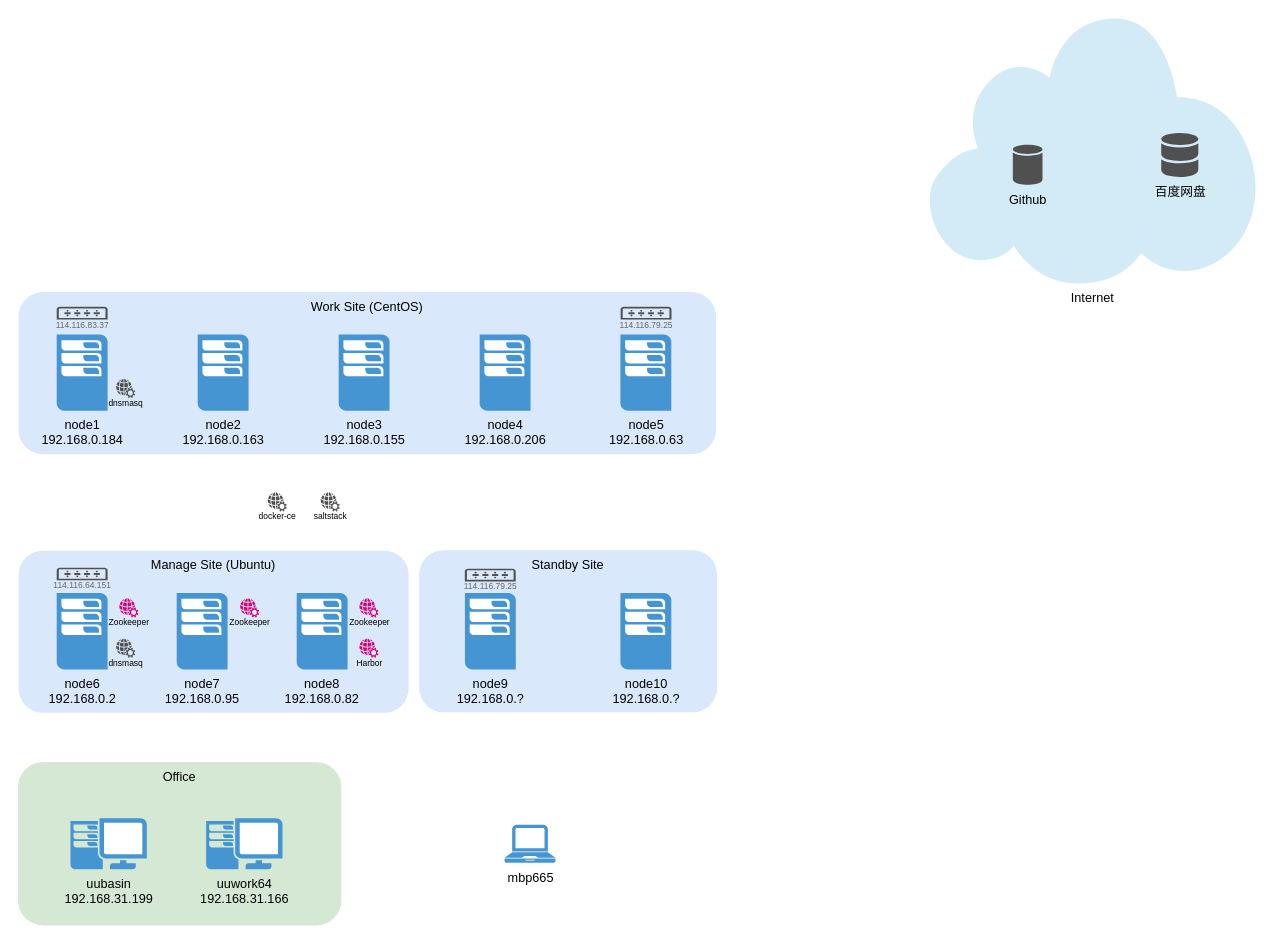
Above: my_development_environment.drawio in idleuncle/draw.io (draw.io), before the change. Source tidied: cells renumbered, new cells numbered last; positions are measured from the earlier drawing's top-left corner, leaving out a move shared by most shapes. Both pictures are drawn from the tidied source at 106%, with x=0, y=0 at pixel (18, 18).
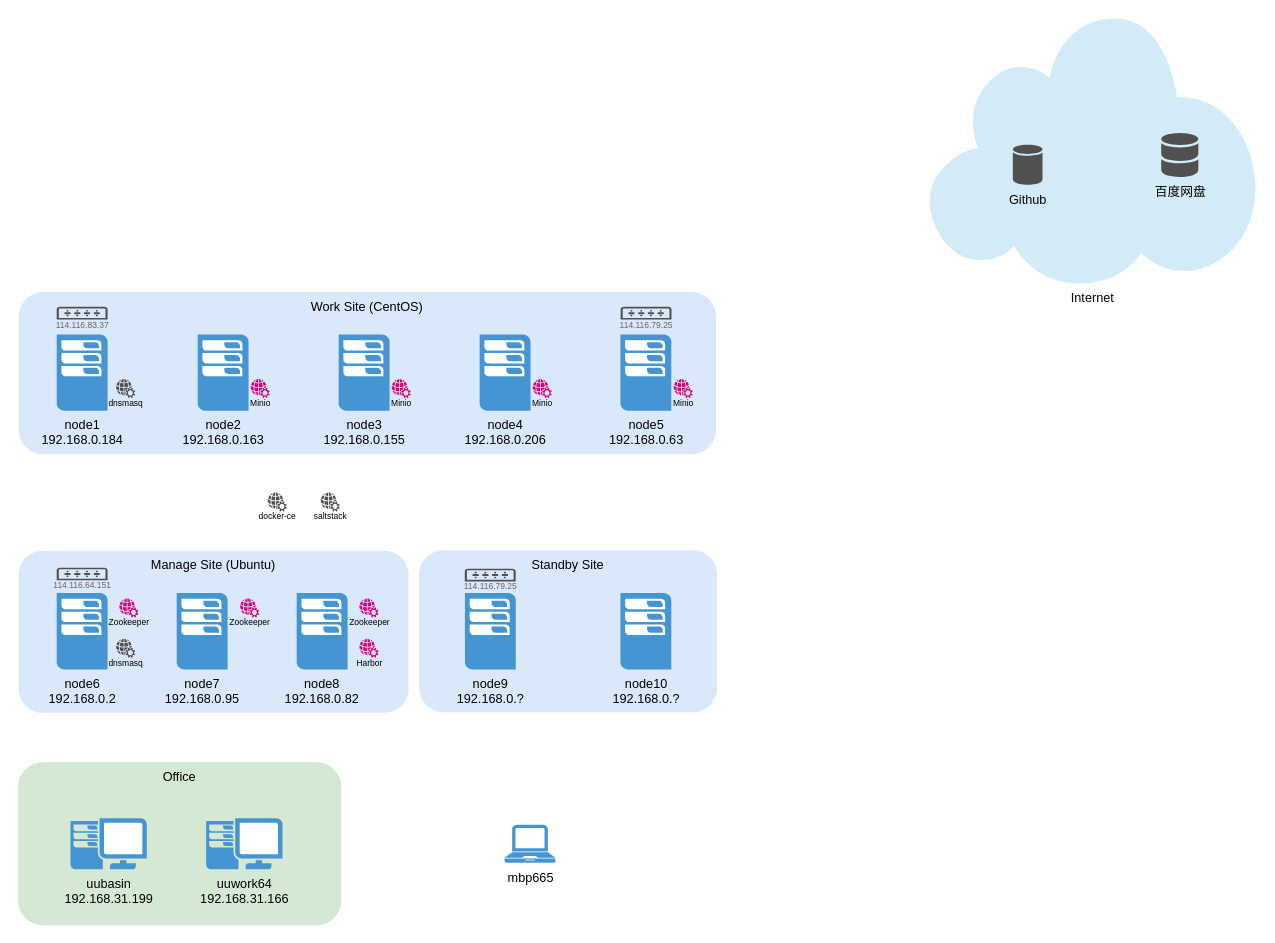
Above is the later version.

Commit message:
Added Minio cluster

What changed in the source:
```diff
@@
+    <mxCell id="34" value="Minio&lt;br style=&quot;font-size: 8px&quot;&gt;" style="shadow=0;dashed=0;html=1;strokeColor=none;fillColor=#d80073;labelPosition=center;verticalLabelPosition=bottom;verticalAlign=top;align=center;shape=mxgraph.office.concepts.web_services;rounded=1;glass=0;comic=0;fontColor=#000000;fontSize=8;spacingTop=-6;" parent="1" vertex="1">
+      <mxGeometry x="352" y="340" width="18" height="18" as="geometry" />
+    </mxCell>
+    <mxCell id="35" value="Minio&lt;br style=&quot;font-size: 8px&quot;&gt;" style="shadow=0;dashed=0;html=1;strokeColor=none;fillColor=#d80073;labelPosition=center;verticalLabelPosition=bottom;verticalAlign=top;align=center;shape=mxgraph.office.concepts.web_services;rounded=1;glass=0;comic=0;fontColor=#000000;fontSize=8;spacingTop=-6;" parent="1" vertex="1">
+      <mxGeometry x="219" y="340" width="18" height="18" as="geometry" />
+    </mxCell>
+    <mxCell id="36" value="Minio&lt;br style=&quot;font-size: 8px&quot;&gt;" style="shadow=0;dashed=0;html=1;strokeColor=none;fillColor=#d80073;labelPosition=center;verticalLabelPosition=bottom;verticalAlign=top;align=center;shape=mxgraph.office.concepts.web_services;rounded=1;glass=0;comic=0;fontColor=#000000;fontSize=8;spacingTop=-6;" parent="1" vertex="1">
+      <mxGeometry x="618" y="340" width="18" height="18" as="geometry" />
+    </mxCell>
+    <mxCell id="37" value="Minio&lt;br style=&quot;font-size: 8px&quot;&gt;" style="shadow=0;dashed=0;html=1;strokeColor=none;fillColor=#d80073;labelPosition=center;verticalLabelPosition=bottom;verticalAlign=top;align=center;shape=mxgraph.office.concepts.web_services;rounded=1;glass=0;comic=0;fontColor=#000000;fontSize=8;spacingTop=-6;" parent="1" vertex="1">
+      <mxGeometry x="485" y="340" width="18" height="18" as="geometry" />
+    </mxCell>
```
